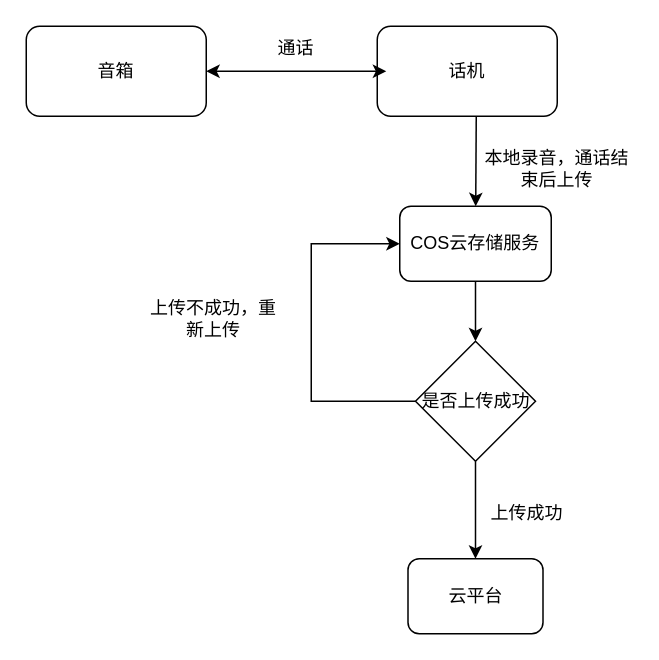
Above: xzzh/话机上报通话.drawio in daniel-7d/draw (draw.io), before the change. Source tidied: cells renumbered, new cells numbered last; positions are measured from the earlier drawing's top-left corner, leaving out a move shared by most shapes. Both pictures are drawn from the tidied source at 150%, with x=0, y=0 at pixel (26, 26).
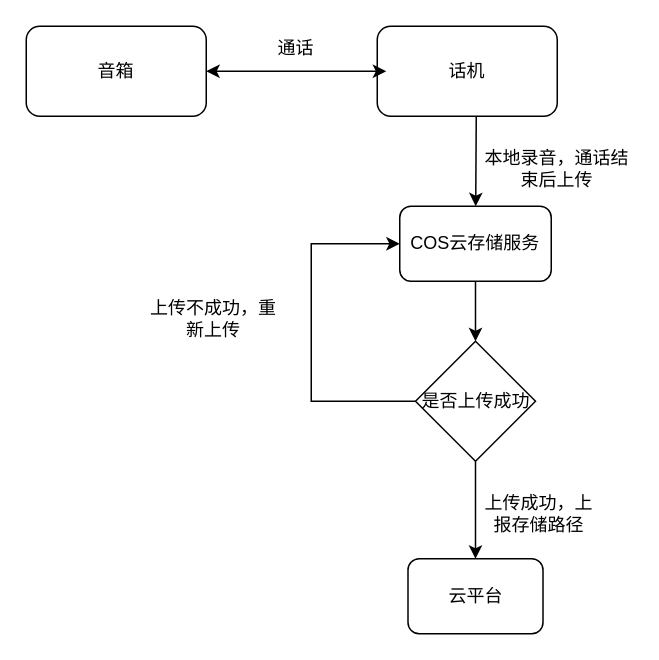
Above is the later version.

Commit message (it also covers changes not shown here):
更新话机上报通话.drawio

The edit, as a diff of the source:
```diff
@@
 <mxGraphModel>
   <root>
     <mxCell id="0" />
     <mxCell id="1" parent="0" />
     <mxCell id="2" value="话机" style="rounded=1;whiteSpace=wrap;html=1;" parent="1" vertex="1">
       <mxGeometry x="234" width="120" height="60" as="geometry" />
     </mxCell>
     <mxCell id="3" value="音箱" style="rounded=1;whiteSpace=wrap;html=1;" parent="1" vertex="1">
       <mxGeometry width="120" height="60" as="geometry" />
     </mxCell>
     <mxCell id="4" style="endArrow=classic;startArrow=classic;html=1;rounded=0;entryX=0.05;entryY=0.5;entryDx=0;entryDy=0;entryPerimeter=0;" parent="1" edge="1" source="3" target="2">
       <mxGeometry relative="1" as="geometry" />
     </mxCell>
     <mxCell id="5" value="通话" style="text;html=1;strokeColor=none;fillColor=none;align=center;verticalAlign=middle;whiteSpace=wrap;rounded=0;" parent="1" vertex="1">
       <mxGeometry x="150" width="60" height="30" as="geometry" />
     </mxCell>
     <mxCell id="6" style="edgeStyle=orthogonalEdgeStyle;rounded=0;jettySize=auto;html=1;exitX=0.5;exitY=1;exitDx=0;exitDy=0;entryX=0.5;entryY=0;entryDx=0;entryDy=0;" parent="1" edge="1" source="7" target="12">
       <mxGeometry relative="1" as="geometry" />
     </mxCell>
     <mxCell id="7" value="COS云存储服务" style="rounded=1;whiteSpace=wrap;html=1;" parent="1" vertex="1">
       <mxGeometry x="249" y="120" width="101" height="50" as="geometry" />
     </mxCell>
     <mxCell id="8" value="云平台" style="rounded=1;whiteSpace=wrap;html=1;" parent="1" vertex="1">
       <mxGeometry x="254.5" y="355" width="90" height="50" as="geometry" />
     </mxCell>
     <mxCell id="9" style="endArrow=classic;html=1;rounded=0;" parent="1" edge="1" target="7">
       <mxGeometry relative="1" as="geometry">
         <mxPoint x="300" y="60" as="sourcePoint" />
       </mxGeometry>
     </mxCell>
     <mxCell id="10" style="edgeStyle=orthogonalEdgeStyle;rounded=0;jettySize=auto;html=1;exitX=0.5;exitY=1;exitDx=0;exitDy=0;entryX=0.5;entryY=0;entryDx=0;entryDy=0;" parent="1" edge="1" source="12" target="8">
       <mxGeometry relative="1" as="geometry" />
     </mxCell>
     <mxCell id="11" style="edgeStyle=orthogonalEdgeStyle;rounded=0;jettySize=auto;html=1;exitX=0;exitY=0.5;exitDx=0;exitDy=0;entryX=0;entryY=0.5;entryDx=0;entryDy=0;" parent="1" edge="1" source="12" target="7">
       <mxGeometry relative="1" as="geometry">
         <Array as="points">
           <mxPoint x="190" y="250" />
           <mxPoint x="190" y="145" />
         </Array>
       </mxGeometry>
     </mxCell>
     <mxCell id="12" value="是否上传成功" style="rhombus;whiteSpace=wrap;html=1;" parent="1" vertex="1">
       <mxGeometry x="259.5" y="210" width="80" height="80" as="geometry" />
     </mxCell>
     <mxCell id="13" value="本地录音，通话结束后上传" style="text;html=1;strokeColor=none;fillColor=none;align=center;verticalAlign=middle;whiteSpace=wrap;rounded=0;" parent="1" vertex="1">
       <mxGeometry x="304" y="80" width="100" height="30" as="geometry" />
     </mxCell>
-    <mxCell id="14" value="上传成功" style="text;html=1;strokeColor=none;fillColor=none;align=center;verticalAlign=middle;whiteSpace=wrap;rounded=0;" parent="1" vertex="1">
-      <mxGeometry x="304" y="310" width="60" height="30" as="geometry" />
+    <mxCell id="14" value="上传成功，上报存储路径" style="text;html=1;strokeColor=none;fillColor=none;align=center;verticalAlign=middle;whiteSpace=wrap;rounded=0;" parent="1" vertex="1">
+      <mxGeometry x="304" y="310" width="76" height="30" as="geometry" />
     </mxCell>
     <mxCell id="15" value="上传不成功，重新上传" style="text;html=1;strokeColor=none;fillColor=none;align=center;verticalAlign=middle;whiteSpace=wrap;rounded=0;" parent="1" vertex="1">
       <mxGeometry x="80" y="180" width="90" height="30" as="geometry" />
     </mxCell>
   </root>
 </mxGraphModel>
```
